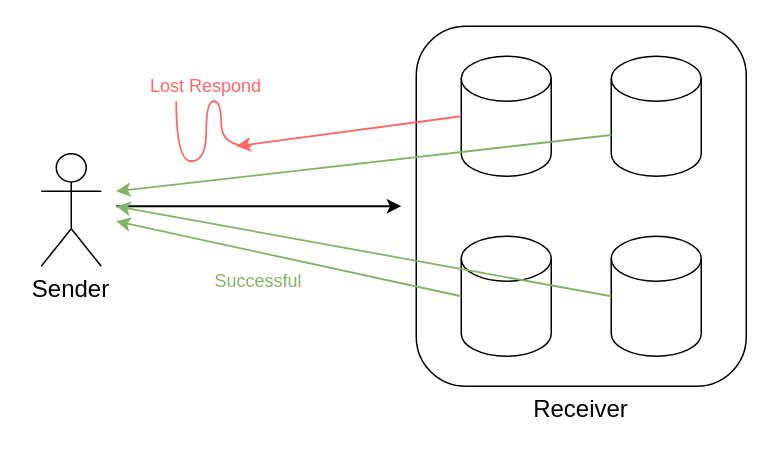
Above: ethereum-research/consensus/consensus itself/Crash failure.drawio in 0xyicheng/a-research-diagram (draw.io), before the change. Source tidied: cells renumbered, new cells numbered last; positions are measured from the earlier drawing's top-left corner, leaving out a move shared by most shapes. Both pictures are drawn from the tidied source at 150%, with x=0, y=0 at pixel (26, 26).
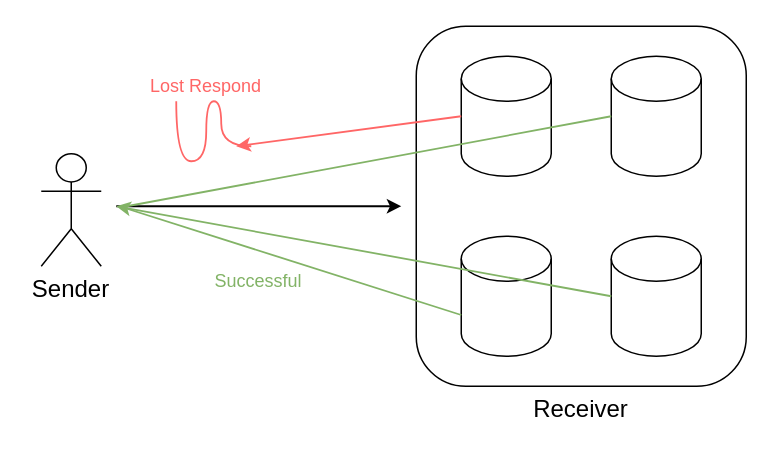
The same page after the edit.

Unchanged cells that the change refers to:
```xml
<mxCell id="5" style="shape=cylinder3;whiteSpace=wrap;html=1;boundedLbl=1;backgroundOutline=1;size=15;" parent="1" vertex="1">
  <mxGeometry x="390" y="20" width="60" height="80" as="geometry" />
</mxCell>
<mxCell id="7" style="shape=cylinder3;whiteSpace=wrap;html=1;boundedLbl=1;backgroundOutline=1;size=15;" parent="1" vertex="1">
  <mxGeometry x="290" y="140" width="60" height="80" as="geometry" />
</mxCell>
```

What changed in the source:
```diff
@@
-    <mxCell id="10" style="endArrow=classic;html=1;rounded=0;strokeWidth=1.2;strokeColor=#82b366;exitX=0;exitY=0.5;exitDx=0;exitDy=0;exitPerimeter=0;fillColor=#d5e8d4;" parent="1" edge="1" source="7">
-      <mxGeometry relative="1" as="geometry">
-        <mxPoint x="60" y="130" as="targetPoint" />
-      </mxGeometry>
-    </mxCell>
@@
-    <mxCell id="12" style="endArrow=classic;html=1;rounded=0;strokeWidth=1.2;strokeColor=#82b366;exitX=0;exitY=0;exitDx=0;exitDy=52.5;exitPerimeter=0;fillColor=#d5e8d4;" parent="1" edge="1" source="5">
-      <mxGeometry relative="1" as="geometry">
-        <mxPoint x="60" y="110" as="targetPoint" />
-      </mxGeometry>
-    </mxCell>
@@
+    <mxCell id="18" style="endArrow=none;html=1;rounded=0;strokeWidth=1.2;fillColor=#d5e8d4;strokeColor=#82b366;entryX=0;entryY=0.5;entryDx=0;entryDy=0;entryPerimeter=0;" parent="1" edge="1" target="5">
+      <mxGeometry relative="1" as="geometry">
+        <mxPoint x="67" y="120" as="sourcePoint" />
+      </mxGeometry>
+    </mxCell>
+    <mxCell id="19" style="endArrow=none;html=1;rounded=0;strokeWidth=1.2;fillColor=#d5e8d4;strokeColor=#82b366;entryX=0;entryY=0;entryDx=0;entryDy=52.5;entryPerimeter=0;" parent="1" edge="1" target="7">
+      <mxGeometry relative="1" as="geometry">
+        <mxPoint x="62" y="120" as="sourcePoint" />
+      </mxGeometry>
+    </mxCell>
```
